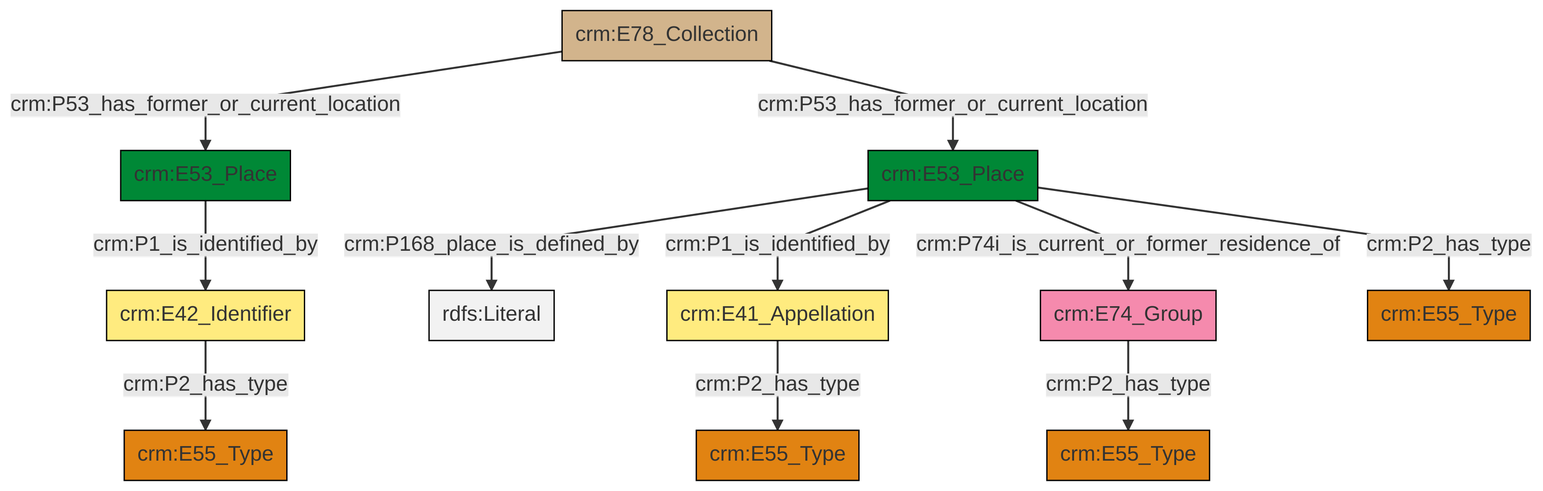
swiss-art-research-net/docs.swissartresearch keeps this Mermaid diagram as et/archivalCSV/ttl/mmd/png/archival_location.png. Above is the earlier version. Its source is kept beside it as et/archivalCSV/ttl/mmd/archival_location.ttl.mmd.
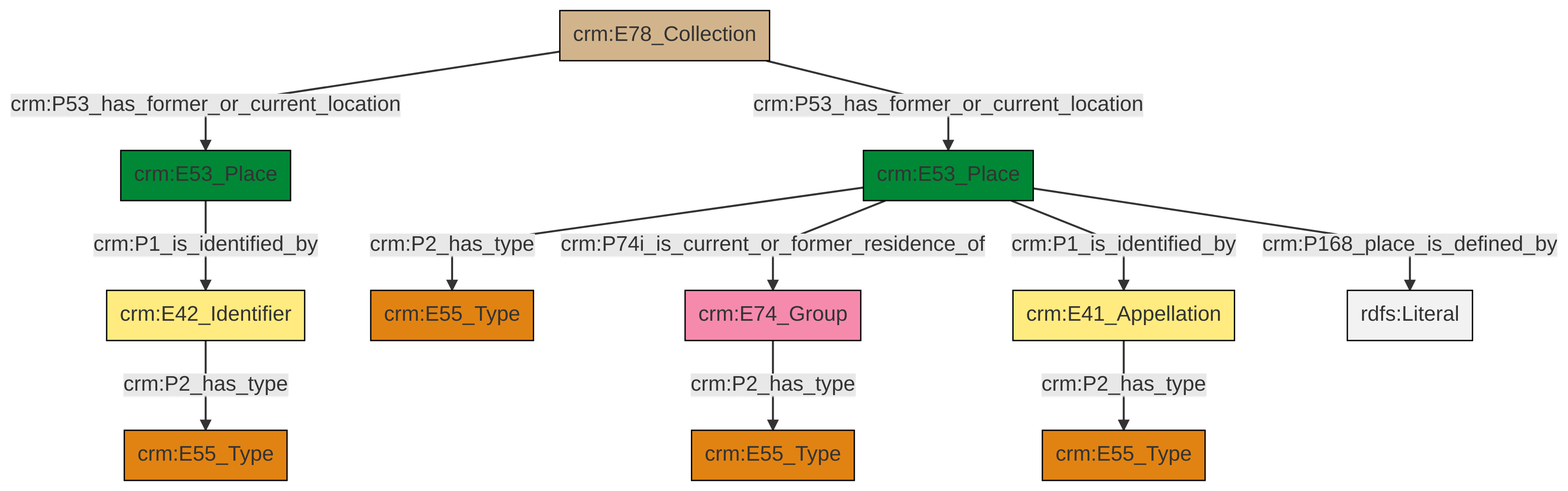
Later version of the same file.

The edit, as a diff of the source:
```diff
@@ -13,13 +13,13 @@
 classDef PC_Classes fill:#4ce600, stroke:#000000;
 classDef Multi fill:#cccccc,stroke:#000000;
 
-3["crm:E53_Place"]:::Place -->|crm:P168_place_is_defined_by| 4[rdfs:Literal]:::Literal
-3["crm:E53_Place"]:::Place -->|crm:P1_is_identified_by| 11["crm:E41_Appellation"]:::Appellation
-3["crm:E53_Place"]:::Place -->|crm:P74i_is_current_or_former_residence_of| 18["crm:E74_Group"]:::Actor
-5["crm:E78_Collection"]:::Physical_Thing -->|crm:P53_has_former_or_current_location| 19["crm:E53_Place"]:::Place
-18["crm:E74_Group"]:::Actor -->|crm:P2_has_type| 9["crm:E55_Type"]:::Type
-19["crm:E53_Place"]:::Place -->|crm:P1_is_identified_by| 13["crm:E42_Identifier"]:::Appellation
-13["crm:E42_Identifier"]:::Appellation -->|crm:P2_has_type| 15["crm:E55_Type"]:::Type
-11["crm:E41_Appellation"]:::Appellation -->|crm:P2_has_type| 7["crm:E55_Type"]:::Type
-3["crm:E53_Place"]:::Place -->|crm:P2_has_type| 0["crm:E55_Type"]:::Type
-5["crm:E78_Collection"]:::Physical_Thing -->|crm:P53_has_former_or_current_location| 3["crm:E53_Place"]:::Place
+8["crm:E74_Group"]:::Actor -->|crm:P2_has_type| 9["crm:E55_Type"]:::Type
+11["crm:E53_Place"]:::Place -->|crm:P74i_is_current_or_former_residence_of| 8["crm:E74_Group"]:::Actor
+2["crm:E42_Identifier"]:::Appellation -->|crm:P2_has_type| 0["crm:E55_Type"]:::Type
+11["crm:E53_Place"]:::Place -->|crm:P168_place_is_defined_by| 14[rdfs:Literal]:::Literal
+11["crm:E53_Place"]:::Place -->|crm:P1_is_identified_by| 6["crm:E41_Appellation"]:::Appellation
+11["crm:E53_Place"]:::Place -->|crm:P2_has_type| 4["crm:E55_Type"]:::Type
+6["crm:E41_Appellation"]:::Appellation -->|crm:P2_has_type| 15["crm:E55_Type"]:::Type
+19["crm:E53_Place"]:::Place -->|crm:P1_is_identified_by| 2["crm:E42_Identifier"]:::Appellation
+22["crm:E78_Collection"]:::Physical_Thing -->|crm:P53_has_former_or_current_location| 19["crm:E53_Place"]:::Place
+22["crm:E78_Collection"]:::Physical_Thing -->|crm:P53_has_former_or_current_location| 11["crm:E53_Place"]:::Place
```
